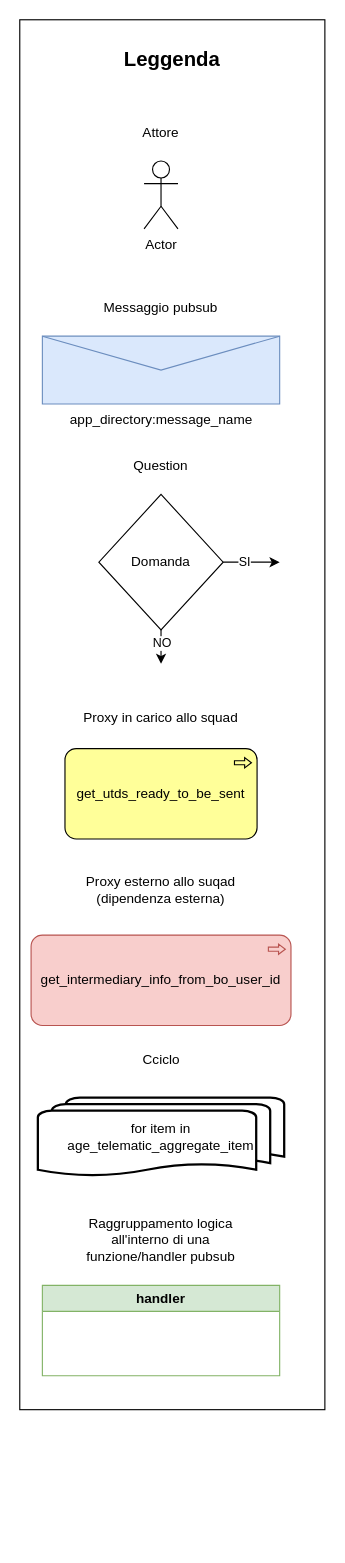
Before: template_base.drawio.xml in WaYdotNET/WaYdotNET, a draw.io diagram. Source tidied: cells renumbered, new cells numbered last; positions are measured from the earlier drawing's top-left corner, leaving out a move shared by most shapes. Both pictures are drawn from the tidied source at 113%, with x=0, y=0 at pixel (19, 19).
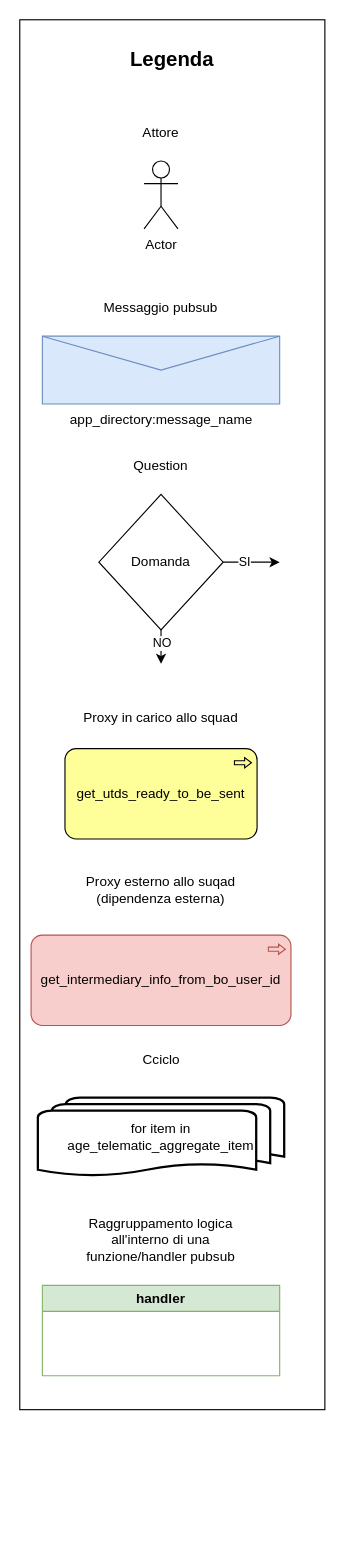
After the change.

Diff of the diagram source:
```diff
@@
-    <mxCell id="30" value="&lt;b&gt;&lt;font style=&quot;font-size: 18px;&quot;&gt;Leggenda&lt;/font&gt;&lt;/b&gt;" style="text;html=1;strokeColor=none;fillColor=none;align=center;verticalAlign=middle;whiteSpace=wrap;rounded=0;" parent="1" vertex="1">
+    <mxCell id="30" value="&lt;b&gt;&lt;font style=&quot;font-size: 18px;&quot;&gt;Legenda&lt;/font&gt;&lt;/b&gt;" style="text;html=1;strokeColor=none;fillColor=none;align=center;verticalAlign=middle;whiteSpace=wrap;rounded=0;" parent="1" vertex="1">
       <mxGeometry x="105" y="20" width="60" height="30" as="geometry" />
     </mxCell>
```
